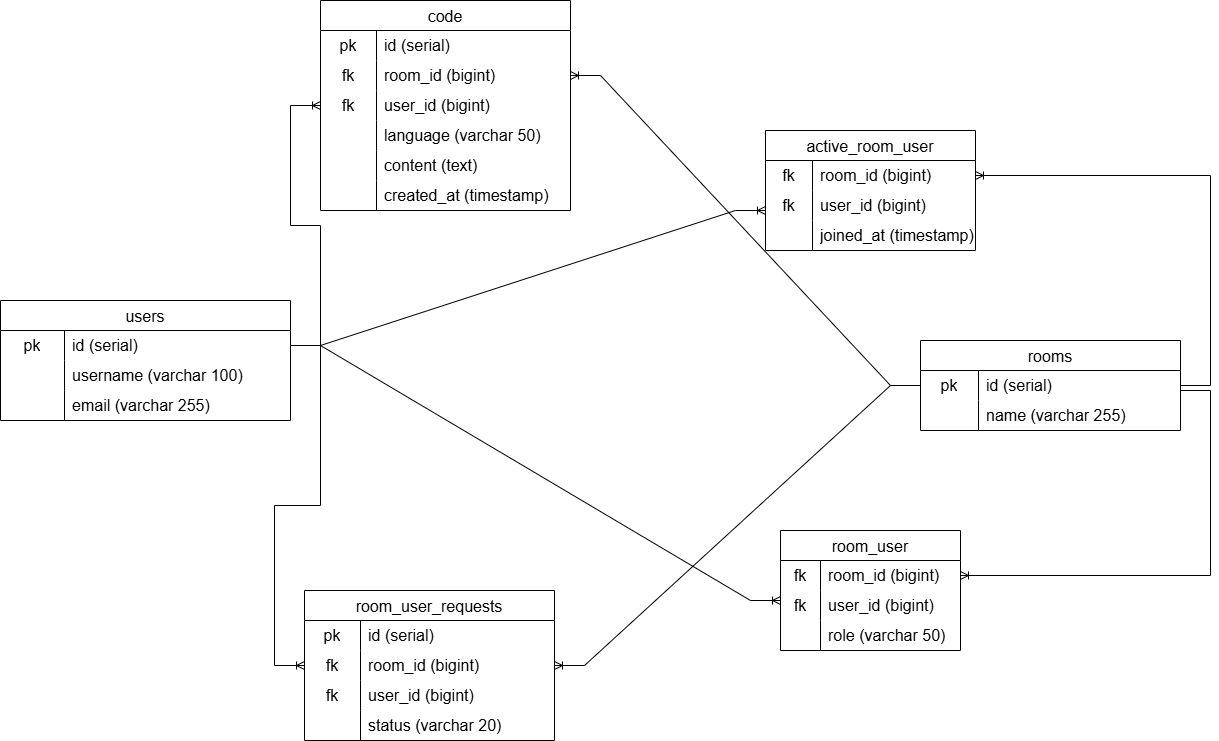
adam-sion/live-code keeps this draw.io diagram as db/liveCode_schema.png. Above is the earlier version. Source tidied: cells renumbered, new cells last; positions are measured from the earlier drawing's top-left corner, leaving out a move shared by most shapes.
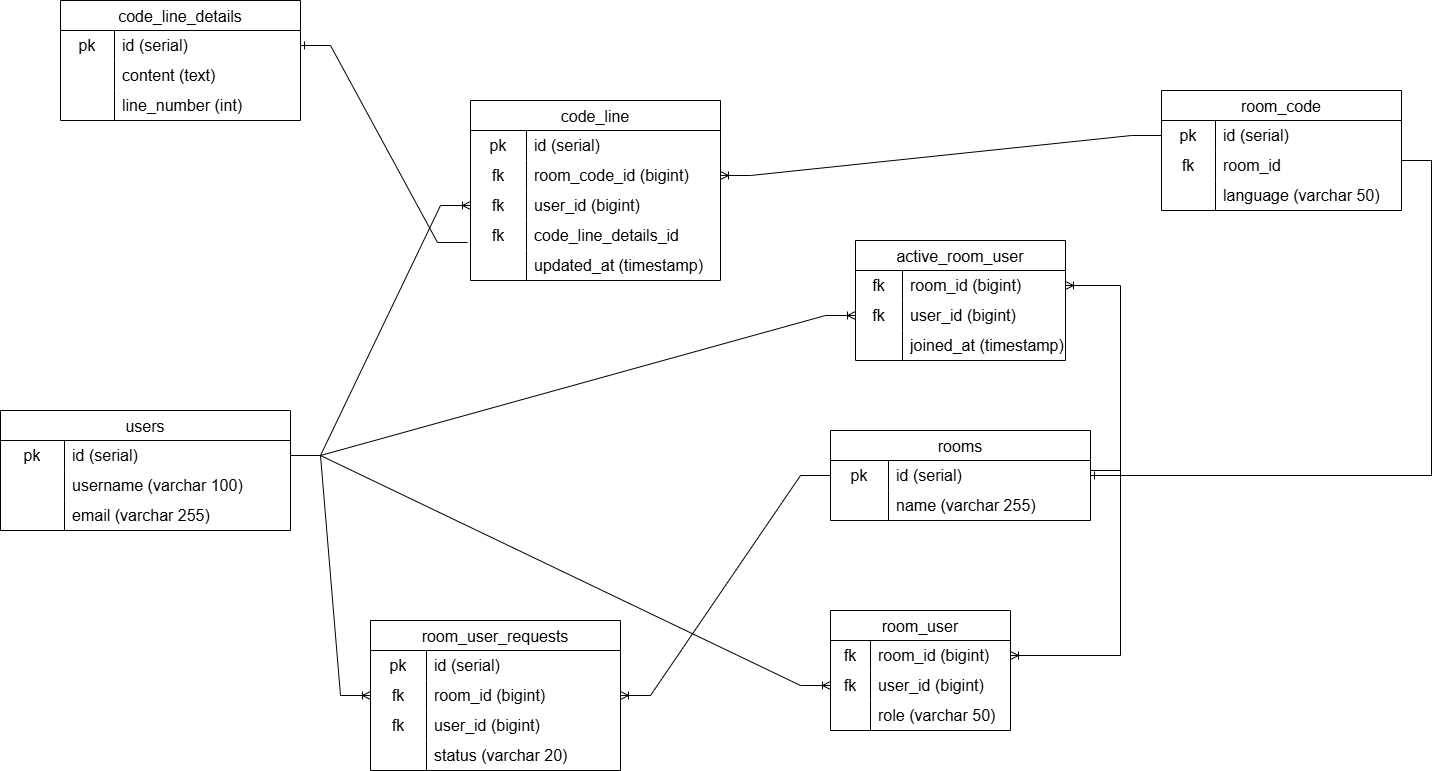
After the change.

Commit message:
fix: add room_code table to db schema

Diff of the diagram source:
```diff
@@ -3,7 +3,7 @@
     <mxCell id="0" />
     <mxCell id="1" parent="0" />
     <mxCell id="2" value="users" style="shape=table;startSize=30;rowLines=0;fontStyle=0;strokeColor=default;fontSize=16;" parent="1" vertex="1">
-      <mxGeometry y="300" width="290" height="120" as="geometry" />
+      <mxGeometry x="-30" y="440" width="290" height="120" as="geometry" />
     </mxCell>
     <mxCell id="3" style="shape=tableRow;horizontal=0;startSize=0;swimlaneHead=0;swimlaneBody=0;top=0;left=0;bottom=0;right=0;fillColor=none;points=[[0,0.5],[1,0.5]];portConstraint=eastwest;strokeColor=inherit;fontSize=16;" parent="2" vertex="1">
       <mxGeometry y="30" width="290" height="30" as="geometry" />
@@ -32,8 +32,8 @@
     <mxCell id="11" value="email (varchar 255)" style="shape=partialRectangle;html=1;whiteSpace=wrap;fillColor=none;top=0;left=0;bottom=0;right=0;align=left;spacingLeft=6;overflow=hidden;strokeColor=inherit;fontSize=16;" parent="9" vertex="1">
       <mxGeometry x="64" width="226" height="30" as="geometry" />
     </mxCell>
-    <mxCell id="12" value="code" style="shape=table;startSize=30;rowLines=0;fontStyle=0;strokeColor=default;fontSize=16;" parent="1" vertex="1">
-      <mxGeometry x="320" width="250" height="210" as="geometry" />
+    <mxCell id="12" value="code_line" style="shape=table;startSize=30;rowLines=0;fontStyle=0;strokeColor=default;fontSize=16;" parent="1" vertex="1">
+      <mxGeometry x="440" y="130" width="250" height="180" as="geometry" />
     </mxCell>
     <mxCell id="13" style="shape=tableRow;horizontal=0;startSize=0;swimlaneHead=0;swimlaneBody=0;top=0;left=0;bottom=0;right=0;fillColor=none;strokeColor=inherit;fontSize=16;" parent="12" vertex="1">
       <mxGeometry y="30" width="250" height="30" as="geometry" />
@@ -50,7 +50,7 @@
     <mxCell id="17" value="fk" style="shape=partialRectangle;html=1;whiteSpace=wrap;fillColor=none;top=0;left=0;bottom=0;right=0;overflow=hidden;strokeColor=inherit;fontSize=16;" parent="16" vertex="1">
       <mxGeometry width="56" height="30" as="geometry" />
     </mxCell>
-    <mxCell id="18" value="room_id (bigint)" style="shape=partialRectangle;html=1;whiteSpace=wrap;fillColor=none;top=0;left=0;bottom=0;right=0;align=left;spacingLeft=6;overflow=hidden;strokeColor=inherit;fontSize=16;" parent="16" vertex="1">
+    <mxCell id="18" value="room_code_id (bigint)" style="shape=partialRectangle;html=1;whiteSpace=wrap;fillColor=none;top=0;left=0;bottom=0;right=0;align=left;spacingLeft=6;overflow=hidden;strokeColor=inherit;fontSize=16;" parent="16" vertex="1">
       <mxGeometry x="56" width="194" height="30" as="geometry" />
     </mxCell>
     <mxCell id="19" style="shape=tableRow;horizontal=0;startSize=0;swimlaneHead=0;swimlaneBody=0;top=0;left=0;bottom=0;right=0;fillColor=none;points=[[0,0.5],[1,0.5]];portConstraint=eastwest;strokeColor=inherit;fontSize=16;" parent="12" vertex="1">
@@ -65,32 +65,23 @@
     <mxCell id="22" style="shape=tableRow;horizontal=0;startSize=0;swimlaneHead=0;swimlaneBody=0;top=0;left=0;bottom=0;right=0;fillColor=none;points=[[0,0.5],[1,0.5]];portConstraint=eastwest;strokeColor=inherit;fontSize=16;" parent="12" vertex="1">
       <mxGeometry y="120" width="250" height="30" as="geometry" />
     </mxCell>
-    <mxCell id="23" style="shape=partialRectangle;html=1;whiteSpace=wrap;fillColor=none;top=0;left=0;bottom=0;right=0;overflow=hidden;strokeColor=inherit;fontSize=16;" parent="22" vertex="1">
+    <mxCell id="23" value="fk" style="shape=partialRectangle;html=1;whiteSpace=wrap;fillColor=none;top=0;left=0;bottom=0;right=0;overflow=hidden;strokeColor=inherit;fontSize=16;" parent="22" vertex="1">
       <mxGeometry width="56" height="30" as="geometry" />
     </mxCell>
-    <mxCell id="24" value="language (varchar 50)" style="shape=partialRectangle;html=1;whiteSpace=wrap;fillColor=none;top=0;left=0;bottom=0;right=0;align=left;spacingLeft=6;overflow=hidden;strokeColor=inherit;fontSize=16;" parent="22" vertex="1">
+    <mxCell id="24" value="code_line_details_id" style="shape=partialRectangle;html=1;whiteSpace=wrap;fillColor=none;top=0;left=0;bottom=0;right=0;align=left;spacingLeft=6;overflow=hidden;strokeColor=inherit;fontSize=16;" parent="22" vertex="1">
       <mxGeometry x="56" width="194" height="30" as="geometry" />
     </mxCell>
-    <mxCell id="25" style="shape=tableRow;horizontal=0;startSize=0;swimlaneHead=0;swimlaneBody=0;top=0;left=0;bottom=0;right=0;fillColor=none;strokeColor=inherit;fontSize=16;" parent="12" vertex="1">
-      <mxGeometry y="150" width="250" height="30" as="geometry" />
-    </mxCell>
-    <mxCell id="26" style="shape=partialRectangle;html=1;whiteSpace=wrap;fillColor=none;top=0;left=0;bottom=0;right=0;overflow=hidden;strokeColor=inherit;fontSize=16;" parent="25" vertex="1">
-      <mxGeometry width="56" height="30" as="geometry" />
-    </mxCell>
-    <mxCell id="27" value="content (text)" style="shape=partialRectangle;html=1;whiteSpace=wrap;fillColor=none;top=0;left=0;bottom=0;right=0;align=left;spacingLeft=6;overflow=hidden;strokeColor=inherit;fontSize=16;" parent="25" vertex="1">
-      <mxGeometry x="56" width="194" height="30" as="geometry" />
-    </mxCell>
     <mxCell id="28" style="shape=tableRow;horizontal=0;startSize=0;swimlaneHead=0;swimlaneBody=0;top=0;left=0;bottom=0;right=0;fillColor=none;strokeColor=inherit;fontSize=16;" parent="12" vertex="1">
-      <mxGeometry y="180" width="250" height="30" as="geometry" />
+      <mxGeometry y="150" width="250" height="30" as="geometry" />
     </mxCell>
     <mxCell id="29" style="shape=partialRectangle;html=1;whiteSpace=wrap;fillColor=none;top=0;left=0;bottom=0;right=0;overflow=hidden;strokeColor=inherit;fontSize=16;" parent="28" vertex="1">
       <mxGeometry width="56" height="30" as="geometry" />
     </mxCell>
-    <mxCell id="30" value="created_at (timestamp)" style="shape=partialRectangle;html=1;whiteSpace=wrap;fillColor=none;top=0;left=0;bottom=0;right=0;align=left;spacingLeft=6;overflow=hidden;strokeColor=inherit;fontSize=16;" parent="28" vertex="1">
+    <mxCell id="30" value="updated_at (timestamp)" style="shape=partialRectangle;html=1;whiteSpace=wrap;fillColor=none;top=0;left=0;bottom=0;right=0;align=left;spacingLeft=6;overflow=hidden;strokeColor=inherit;fontSize=16;" parent="28" vertex="1">
       <mxGeometry x="56" width="194" height="30" as="geometry" />
     </mxCell>
     <mxCell id="31" value="room_user" style="shape=table;startSize=30;rowLines=0;fontStyle=0;strokeColor=default;fontSize=16;" parent="1" vertex="1">
-      <mxGeometry x="780" y="530" width="180" height="120" as="geometry" />
+      <mxGeometry x="800" y="640" width="180" height="120" as="geometry" />
     </mxCell>
     <mxCell id="32" style="shape=tableRow;horizontal=0;startSize=0;swimlaneHead=0;swimlaneBody=0;top=0;left=0;bottom=0;right=0;fillColor=none;points=[[0,0.5],[1,0.5]];portConstraint=eastwest;strokeColor=inherit;fontSize=16;" parent="31" vertex="1">
       <mxGeometry y="30" width="180" height="30" as="geometry" />
@@ -120,7 +111,7 @@
       <mxGeometry x="40" width="140" height="30" as="geometry" />
     </mxCell>
     <mxCell id="41" value="active_room_user" style="shape=table;startSize=30;rowLines=0;fontStyle=0;strokeColor=default;fontSize=16;" parent="1" vertex="1">
-      <mxGeometry x="765" y="130" width="210" height="120" as="geometry" />
+      <mxGeometry x="825" y="270" width="210" height="120" as="geometry" />
     </mxCell>
     <mxCell id="42" style="shape=tableRow;horizontal=0;startSize=0;swimlaneHead=0;swimlaneBody=0;top=0;left=0;bottom=0;right=0;fillColor=none;points=[[0,0.5],[1,0.5]];portConstraint=eastwest;strokeColor=inherit;fontSize=16;" parent="41" vertex="1">
       <mxGeometry y="30" width="210" height="30" as="geometry" />
@@ -150,7 +141,7 @@
       <mxGeometry x="47" width="163" height="30" as="geometry" />
     </mxCell>
     <mxCell id="51" value="rooms" style="shape=table;startSize=30;rowLines=0;fontStyle=0;strokeColor=default;fontSize=16;" parent="1" vertex="1">
-      <mxGeometry x="920" y="340" width="260" height="90" as="geometry" />
+      <mxGeometry x="800" y="460" width="260" height="90" as="geometry" />
     </mxCell>
     <mxCell id="52" style="shape=tableRow;horizontal=0;startSize=0;swimlaneHead=0;swimlaneBody=0;top=0;left=0;bottom=0;right=0;fillColor=none;points=[[0,0.5],[1,0.5]];portConstraint=eastwest;strokeColor=inherit;fontSize=16;" parent="51" vertex="1">
       <mxGeometry y="30" width="260" height="30" as="geometry" />
@@ -172,7 +163,7 @@
     </mxCell>
     <mxCell id="58" style="edgeStyle=entityRelationEdgeStyle;fontSize=12;html=1;endArrow=ERoneToMany;rounded=0;entryX=1;entryY=0.5;entryDx=0;entryDy=0;" parent="1" edge="1" target="32">
       <mxGeometry relative="1" as="geometry">
-        <mxPoint x="1180" y="390" as="sourcePoint" />
+        <mxPoint x="1060" y="500" as="sourcePoint" />
         <Array as="points">
           <mxPoint x="1040" y="650" />
         </Array>
@@ -181,24 +172,25 @@
     <mxCell id="59" style="edgeStyle=entityRelationEdgeStyle;fontSize=12;html=1;endArrow=ERoneToMany;rounded=0;entryX=1;entryY=0.5;entryDx=0;entryDy=0;" parent="1" edge="1" source="52" target="42">
       <mxGeometry relative="1" as="geometry" />
     </mxCell>
-    <mxCell id="60" style="edgeStyle=entityRelationEdgeStyle;fontSize=12;html=1;endArrow=ERoneToMany;rounded=0;exitX=1;exitY=0.5;exitDx=0;exitDy=0;" parent="1" edge="1" source="3">
-      <mxGeometry relative="1" as="geometry">
-        <mxPoint x="780" y="600" as="targetPoint" />
-      </mxGeometry>
+    <mxCell id="60" style="edgeStyle=entityRelationEdgeStyle;fontSize=12;html=1;endArrow=ERoneToMany;rounded=0;exitX=1;exitY=0.5;exitDx=0;exitDy=0;entryX=0;entryY=0.5;entryDx=0;entryDy=0;" parent="1" edge="1" source="3" target="35">
+      <mxGeometry relative="1" as="geometry" />
     </mxCell>
-    <mxCell id="61" style="edgeStyle=entityRelationEdgeStyle;fontSize=12;html=1;endArrow=ERoneToMany;rounded=0;exitX=1;exitY=0.5;exitDx=0;exitDy=0;" parent="1" edge="1" source="3">
-      <mxGeometry relative="1" as="geometry">
-        <mxPoint x="765" y="210" as="targetPoint" />
-      </mxGeometry>
+    <mxCell id="61" style="edgeStyle=entityRelationEdgeStyle;fontSize=12;html=1;endArrow=ERoneToMany;rounded=0;entryX=0;entryY=0.5;entryDx=0;entryDy=0;" parent="1" edge="1" source="3" target="45">
+      <mxGeometry relative="1" as="geometry" />
     </mxCell>
-    <mxCell id="62" style="edgeStyle=entityRelationEdgeStyle;fontSize=12;html=1;endArrow=ERoneToMany;rounded=0;entryX=1;entryY=0.5;entryDx=0;entryDy=0;exitX=0;exitY=0.5;exitDx=0;exitDy=0;" parent="1" edge="1" source="52" target="16">
+    <mxCell id="62" style="edgeStyle=entityRelationEdgeStyle;fontSize=12;html=1;endArrow=ERoneToMany;rounded=0;entryX=1;entryY=0.5;entryDx=0;entryDy=0;exitX=0;exitY=0.5;exitDx=0;exitDy=0;" parent="1" edge="1" source="90" target="16">
       <mxGeometry relative="1" as="geometry" />
     </mxCell>
-    <mxCell id="63" style="edgeStyle=entityRelationEdgeStyle;fontSize=12;html=1;endArrow=ERoneToMany;rounded=0;exitX=1;exitY=0.5;exitDx=0;exitDy=0;" parent="1" edge="1" source="3" target="19">
-      <mxGeometry relative="1" as="geometry" />
+    <mxCell id="63" style="edgeStyle=entityRelationEdgeStyle;fontSize=12;html=1;endArrow=ERoneToMany;rounded=0;exitX=1;exitY=0.5;exitDx=0;exitDy=0;entryX=0;entryY=0.5;entryDx=0;entryDy=0;" parent="1" edge="1" source="3" target="19">
+      <mxGeometry relative="1" as="geometry">
+        <Array as="points">
+          <mxPoint x="290" y="250" />
+          <mxPoint x="310" y="250" />
+        </Array>
+      </mxGeometry>
     </mxCell>
     <mxCell id="64" value="room_user_requests" style="shape=table;startSize=30;rowLines=0;fontStyle=0;strokeColor=default;fontSize=16;" parent="1" vertex="1">
-      <mxGeometry x="304" y="590" width="250" height="150" as="geometry" />
+      <mxGeometry x="340" y="650" width="250" height="150" as="geometry" />
     </mxCell>
     <mxCell id="65" style="shape=tableRow;horizontal=0;startSize=0;swimlaneHead=0;swimlaneBody=0;top=0;left=0;bottom=0;right=0;fillColor=none;strokeColor=inherit;fontSize=16;" parent="64" vertex="1">
       <mxGeometry y="30" width="250" height="30" as="geometry" />
@@ -250,5 +242,73 @@
         </Array>
       </mxGeometry>
     </mxCell>
+    <mxCell id="79" value="code_line_details" style="shape=table;startSize=30;rowLines=0;fontStyle=0;strokeColor=default;fontSize=16;" parent="1" vertex="1">
+      <mxGeometry x="30" y="30" width="240" height="120" as="geometry" />
+    </mxCell>
+    <mxCell id="80" style="shape=tableRow;horizontal=0;startSize=0;swimlaneHead=0;swimlaneBody=0;top=0;left=0;bottom=0;right=0;fillColor=none;points=[[0,0.5],[1,0.5]];portConstraint=eastwest;strokeColor=inherit;fontSize=16;" parent="79" vertex="1">
+      <mxGeometry y="30" width="240" height="30" as="geometry" />
+    </mxCell>
+    <mxCell id="81" value="pk" style="shape=partialRectangle;html=1;whiteSpace=wrap;fillColor=none;top=0;left=0;bottom=0;right=0;overflow=hidden;strokeColor=inherit;fontSize=16;" parent="80" vertex="1">
+      <mxGeometry width="54" height="30" as="geometry" />
+    </mxCell>
+    <mxCell id="82" value="id (serial)" style="shape=partialRectangle;html=1;whiteSpace=wrap;fillColor=none;top=0;left=0;bottom=0;right=0;align=left;spacingLeft=6;overflow=hidden;strokeColor=inherit;fontSize=16;" parent="80" vertex="1">
+      <mxGeometry x="54" width="186" height="30" as="geometry" />
+    </mxCell>
+    <mxCell id="83" style="shape=tableRow;horizontal=0;startSize=0;swimlaneHead=0;swimlaneBody=0;top=0;left=0;bottom=0;right=0;fillColor=none;strokeColor=inherit;fontSize=16;" parent="79" vertex="1">
+      <mxGeometry y="60" width="240" height="30" as="geometry" />
+    </mxCell>
+    <mxCell id="84" style="shape=partialRectangle;html=1;whiteSpace=wrap;fillColor=none;top=0;left=0;bottom=0;right=0;overflow=hidden;strokeColor=inherit;fontSize=16;" parent="83" vertex="1">
+      <mxGeometry width="54" height="30" as="geometry" />
+    </mxCell>
+    <mxCell id="27" value="content (text)" style="shape=partialRectangle;html=1;whiteSpace=wrap;fillColor=none;top=0;left=0;bottom=0;right=0;align=left;spacingLeft=6;overflow=hidden;strokeColor=inherit;fontSize=16;" parent="83" vertex="1">
+      <mxGeometry x="54" width="186" height="30" as="geometry" />
+    </mxCell>
+    <mxCell id="85" style="shape=tableRow;horizontal=0;startSize=0;swimlaneHead=0;swimlaneBody=0;top=0;left=0;bottom=0;right=0;fillColor=none;strokeColor=inherit;fontSize=16;" parent="79" vertex="1">
+      <mxGeometry y="90" width="240" height="30" as="geometry" />
+    </mxCell>
+    <mxCell id="86" style="shape=partialRectangle;html=1;whiteSpace=wrap;fillColor=none;top=0;left=0;bottom=0;right=0;overflow=hidden;strokeColor=inherit;fontSize=16;" parent="85" vertex="1">
+      <mxGeometry width="54" height="30" as="geometry" />
+    </mxCell>
+    <mxCell id="87" value="line_number (int)" style="shape=partialRectangle;html=1;whiteSpace=wrap;fillColor=none;top=0;left=0;bottom=0;right=0;align=left;spacingLeft=6;overflow=hidden;strokeColor=inherit;fontSize=16;" parent="85" vertex="1">
+      <mxGeometry x="54" width="186" height="30" as="geometry" />
+    </mxCell>
+    <mxCell id="88" style="edgeStyle=entityRelationEdgeStyle;fontSize=12;html=1;endArrow=ERone;endFill=1;rounded=0;entryX=1;entryY=0.5;entryDx=0;entryDy=0;exitX=-0.012;exitY=0.733;exitDx=0;exitDy=0;exitPerimeter=0;" parent="1" edge="1" source="22" target="80">
+      <mxGeometry relative="1" as="geometry" />
+    </mxCell>
+    <mxCell id="89" value="room_code" style="shape=table;startSize=30;rowLines=0;fontStyle=0;strokeColor=default;fontSize=16;" parent="1" vertex="1">
+      <mxGeometry x="1131" y="120" width="240" height="120" as="geometry" />
+    </mxCell>
+    <mxCell id="90" style="shape=tableRow;horizontal=0;startSize=0;swimlaneHead=0;swimlaneBody=0;top=0;left=0;bottom=0;right=0;fillColor=none;points=[[0,0.5],[1,0.5]];portConstraint=eastwest;strokeColor=inherit;fontSize=16;" parent="89" vertex="1">
+      <mxGeometry y="30" width="240" height="30" as="geometry" />
+    </mxCell>
+    <mxCell id="91" value="pk" style="shape=partialRectangle;html=1;whiteSpace=wrap;fillColor=none;top=0;left=0;bottom=0;right=0;overflow=hidden;strokeColor=inherit;fontSize=16;" parent="90" vertex="1">
+      <mxGeometry width="54" height="30" as="geometry" />
+    </mxCell>
+    <mxCell id="92" value="id (serial)" style="shape=partialRectangle;html=1;whiteSpace=wrap;fillColor=none;top=0;left=0;bottom=0;right=0;align=left;spacingLeft=6;overflow=hidden;strokeColor=inherit;fontSize=16;" parent="90" vertex="1">
+      <mxGeometry x="54" width="186" height="30" as="geometry" />
+    </mxCell>
+    <mxCell id="93" style="shape=tableRow;horizontal=0;startSize=0;swimlaneHead=0;swimlaneBody=0;top=0;left=0;bottom=0;right=0;fillColor=none;strokeColor=inherit;fontSize=16;" parent="89" vertex="1">
+      <mxGeometry y="60" width="240" height="30" as="geometry" />
+    </mxCell>
+    <mxCell id="94" value="fk" style="shape=partialRectangle;html=1;whiteSpace=wrap;fillColor=none;top=0;left=0;bottom=0;right=0;overflow=hidden;strokeColor=inherit;fontSize=16;" parent="93" vertex="1">
+      <mxGeometry width="54" height="30" as="geometry" />
+    </mxCell>
+    <mxCell id="95" value="room_id" style="shape=partialRectangle;html=1;whiteSpace=wrap;fillColor=none;top=0;left=0;bottom=0;right=0;align=left;spacingLeft=6;overflow=hidden;strokeColor=inherit;fontSize=16;" parent="93" vertex="1">
+      <mxGeometry x="54" width="186" height="30" as="geometry" />
+    </mxCell>
+    <mxCell id="96" style="shape=tableRow;horizontal=0;startSize=0;swimlaneHead=0;swimlaneBody=0;top=0;left=0;bottom=0;right=0;fillColor=none;strokeColor=inherit;fontSize=16;" parent="89" vertex="1">
+      <mxGeometry y="90" width="240" height="30" as="geometry" />
+    </mxCell>
+    <mxCell id="97" style="shape=partialRectangle;html=1;whiteSpace=wrap;fillColor=none;top=0;left=0;bottom=0;right=0;overflow=hidden;strokeColor=inherit;fontSize=16;" parent="96" vertex="1">
+      <mxGeometry width="54" height="30" as="geometry" />
+    </mxCell>
+    <mxCell id="98" value="language (varchar 50)" style="shape=partialRectangle;html=1;whiteSpace=wrap;fillColor=none;top=0;left=0;bottom=0;right=0;align=left;spacingLeft=6;overflow=hidden;strokeColor=inherit;fontSize=16;" parent="96" vertex="1">
+      <mxGeometry x="54" width="186" height="30" as="geometry" />
+    </mxCell>
+    <mxCell id="99" style="edgeStyle=entityRelationEdgeStyle;fontSize=12;html=1;endArrow=ERone;endFill=1;rounded=0;entryX=1;entryY=0.5;entryDx=0;entryDy=0;" parent="1" edge="1" target="52">
+      <mxGeometry relative="1" as="geometry">
+        <mxPoint x="1371" y="190" as="sourcePoint" />
+      </mxGeometry>
+    </mxCell>
   </root>
 </mxGraphModel>
```
